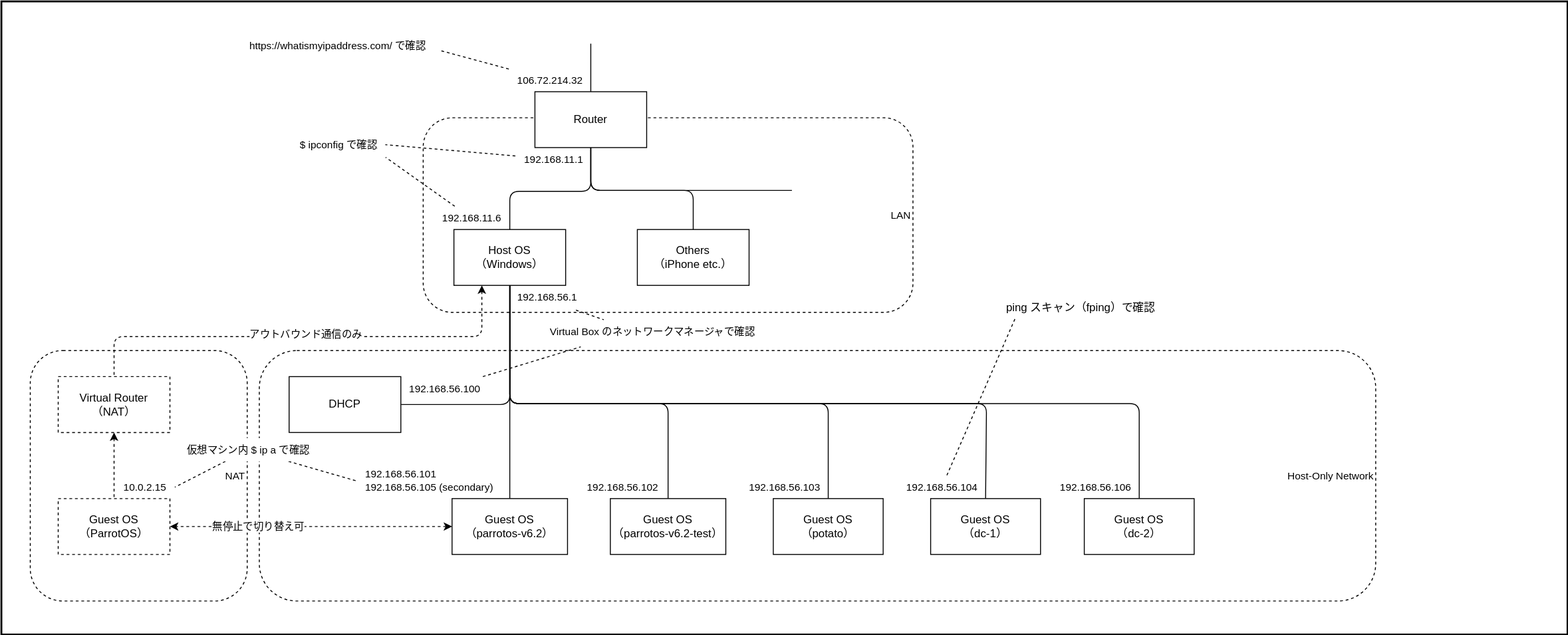
SOUSUKEKUROSAWA/drawio keeps this draw.io diagram as diagrams/network-of-hacking-lab.drawio.svg. Above is the earlier version. Source tidied: cells renumbered, new cells last; positions are measured from the earlier drawing's top-left corner, leaving out a move shared by most shapes.
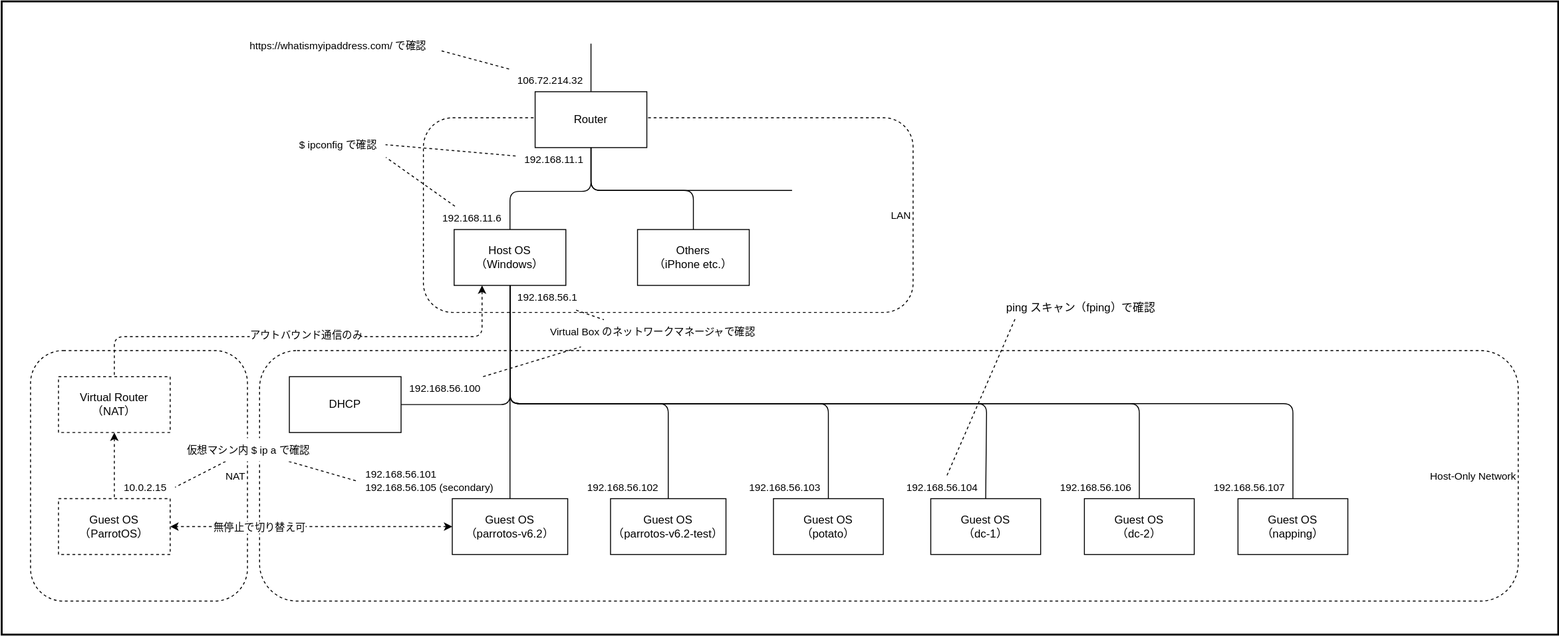
After the commit.

The edit, as a diff of the source:
```diff
@@ -3,13 +3,13 @@
     <mxCell id="0" />
     <mxCell id="1" parent="0" />
     <mxCell id="2" style="rounded=0;whiteSpace=wrap;html=1;strokeWidth=2;" parent="1" vertex="1">
-      <mxGeometry width="1682" height="680" as="geometry" />
+      <mxGeometry width="1672" height="680" as="geometry" />
     </mxCell>
     <mxCell id="3" value="NAT&amp;nbsp;" style="rounded=1;whiteSpace=wrap;html=1;fontSize=11;fontColor=#000000;fillColor=none;dashed=1;align=right;" parent="1" vertex="1">
       <mxGeometry x="31" y="375" width="233" height="269" as="geometry" />
     </mxCell>
     <mxCell id="4" value="Host-Only Network&amp;nbsp;" style="rounded=1;whiteSpace=wrap;html=1;fontSize=11;fontColor=#000000;fillColor=none;dashed=1;align=right;" parent="1" vertex="1">
-      <mxGeometry x="277" y="375" width="1199" height="269" as="geometry" />
+      <mxGeometry x="277" y="375" width="1352" height="269" as="geometry" />
     </mxCell>
     <mxCell id="5" value="LAN&amp;nbsp;" style="rounded=1;whiteSpace=wrap;html=1;fontSize=11;fontColor=#000000;fillColor=none;dashed=1;align=right;" parent="1" vertex="1">
       <mxGeometry x="453" y="125" width="526" height="209" as="geometry" />
@@ -107,6 +107,14 @@
         </Array>
       </mxGeometry>
     </mxCell>
+    <mxCell id="56" style="edgeStyle=none;html=1;entryX=0.5;entryY=0;entryDx=0;entryDy=0;endArrow=none;endFill=0;" parent="1" edge="1" source="21" target="57">
+      <mxGeometry relative="1" as="geometry">
+        <Array as="points">
+          <mxPoint x="546" y="432" />
+          <mxPoint x="1387" y="432" />
+        </Array>
+      </mxGeometry>
+    </mxCell>
     <mxCell id="21" value="Host OS&lt;br&gt;（Windows）" style="rounded=0;whiteSpace=wrap;html=1;" parent="1" vertex="1">
       <mxGeometry x="486" y="245" width="120" height="60" as="geometry" />
     </mxCell>
@@ -214,5 +222,11 @@
     <mxCell id="55" value="192.168.56.106" style="text;html=1;align=center;verticalAlign=middle;strokeColor=none;fillColor=none;fontSize=11;fontColor=#000000;" parent="1" vertex="1">
       <mxGeometry x="1128" y="509" width="94" height="25" as="geometry" />
     </mxCell>
+    <mxCell id="57" value="Guest OS&lt;br&gt;（napping）" style="rounded=0;whiteSpace=wrap;html=1;" parent="1" vertex="1">
+      <mxGeometry x="1328" y="534" width="118" height="60" as="geometry" />
+    </mxCell>
+    <mxCell id="58" value="192.168.56.107" style="text;html=1;align=center;verticalAlign=middle;strokeColor=none;fillColor=none;fontSize=11;fontColor=#000000;" parent="1" vertex="1">
+      <mxGeometry x="1293" y="509" width="94" height="25" as="geometry" />
+    </mxCell>
   </root>
 </mxGraphModel>
```
